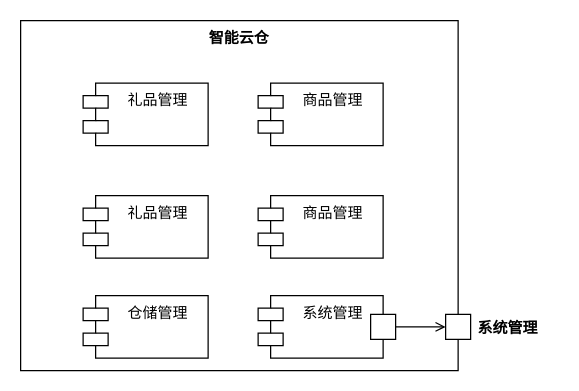
The draw.io diagram 云仓构件.drawio in lafite1987/draw, before the edit. Source tidied: cells renumbered, new cells numbered last; positions are measured from the earlier drawing's top-left corner, leaving out a move shared by most shapes. Both pictures are drawn from the tidied source at 125%, with x=0, y=0 at pixel (20, 20).
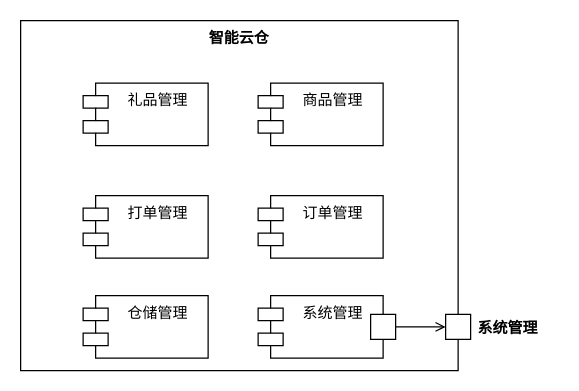
The same page after the edit.

The edit, as a diff of the source:
```diff
@@
 <mxGraphModel>
   <root>
     <mxCell id="0" />
     <mxCell id="1" parent="0" />
     <mxCell id="2" style="rounded=0;whiteSpace=wrap;html=1;" parent="1" vertex="1">
       <mxGeometry width="350" height="280" as="geometry" />
     </mxCell>
     <mxCell id="3" value="系统管理" style="shape=module;align=left;spacingLeft=20;align=center;verticalAlign=top;" parent="1" vertex="1">
       <mxGeometry x="190" y="220" width="100" height="50" as="geometry" />
     </mxCell>
     <mxCell id="4" style="edgeStyle=orthogonalEdgeStyle;rounded=0;jettySize=auto;html=1;exitX=1;exitY=0.5;exitDx=0;exitDy=0;endArrow=open;endFill=0;" parent="1" edge="1" source="5" target="6">
       <mxGeometry relative="1" as="geometry" />
     </mxCell>
     <mxCell id="5" style="rounded=0;whiteSpace=wrap;html=1;" parent="1" vertex="1">
       <mxGeometry x="280" y="235" width="20" height="20" as="geometry" />
     </mxCell>
     <mxCell id="6" style="rounded=0;whiteSpace=wrap;html=1;" parent="1" vertex="1">
       <mxGeometry x="340" y="235" width="20" height="20" as="geometry" />
     </mxCell>
     <mxCell id="7" value="系统管理" style="text;align=center;fontStyle=1;verticalAlign=middle;spacingLeft=3;spacingRight=3;strokeColor=none;" parent="1" vertex="1">
       <mxGeometry x="350" y="232" width="80" height="26" as="geometry" />
     </mxCell>
-    <mxCell id="8" value="商品管理" style="shape=module;align=left;spacingLeft=20;align=center;verticalAlign=top;" parent="1" vertex="1">
+    <mxCell id="8" value="订单管理" style="shape=module;align=left;spacingLeft=20;align=center;verticalAlign=top;" parent="1" vertex="1">
       <mxGeometry x="190" y="140" width="100" height="50" as="geometry" />
     </mxCell>
-    <mxCell id="9" value="礼品管理" style="shape=module;align=left;spacingLeft=20;align=center;verticalAlign=top;" parent="1" vertex="1">
+    <mxCell id="9" value="打单管理" style="shape=module;align=left;spacingLeft=20;align=center;verticalAlign=top;" parent="1" vertex="1">
       <mxGeometry x="50" y="140" width="100" height="50" as="geometry" />
     </mxCell>
     <mxCell id="10" value="智能云仓" style="text;align=center;fontStyle=1;verticalAlign=middle;spacingLeft=3;spacingRight=3;strokeColor=none;" parent="1" vertex="1">
       <mxGeometry x="135" width="80" height="26" as="geometry" />
     </mxCell>
     <mxCell id="11" value="仓储管理" style="shape=module;align=left;spacingLeft=20;align=center;verticalAlign=top;" parent="1" vertex="1">
       <mxGeometry x="50" y="220" width="100" height="50" as="geometry" />
     </mxCell>
     <mxCell id="12" value="礼品管理" style="shape=module;align=left;spacingLeft=20;align=center;verticalAlign=top;" parent="1" vertex="1">
       <mxGeometry x="50" y="50" width="100" height="50" as="geometry" />
     </mxCell>
     <mxCell id="13" value="商品管理" style="shape=module;align=left;spacingLeft=20;align=center;verticalAlign=top;" parent="1" vertex="1">
       <mxGeometry x="190" y="50" width="100" height="50" as="geometry" />
     </mxCell>
   </root>
 </mxGraphModel>
```
